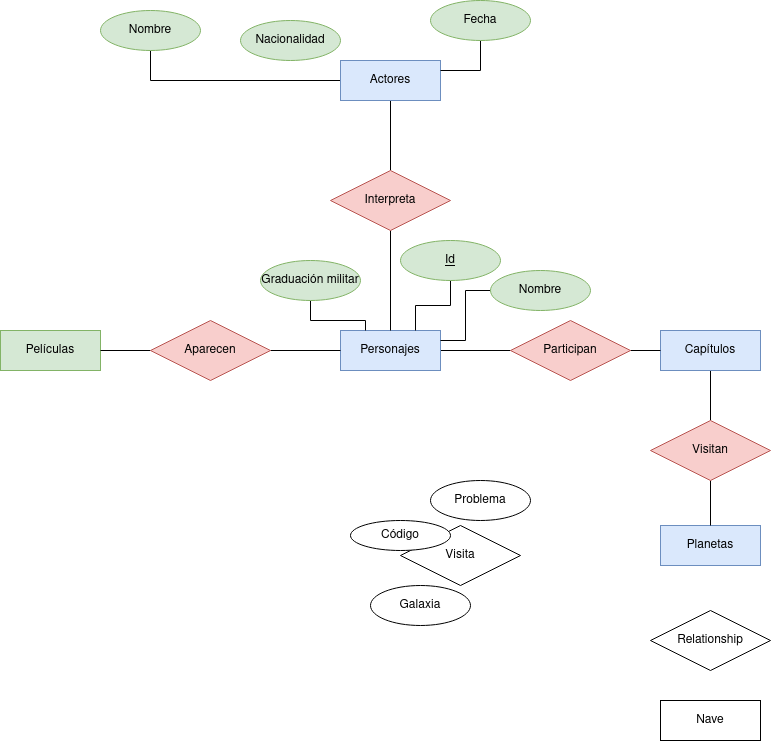
Before: Unidad-1/Tareas/Tarea evaluable 3/Tarea 3 entregable .drawio.png, a diagram exported from draw.io (GgbGabrielGarcia/Base-Datos). Source tidied: cells renumbered, new cells last; positions are measured from the earlier drawing's top-left corner, leaving out a move shared by most shapes.
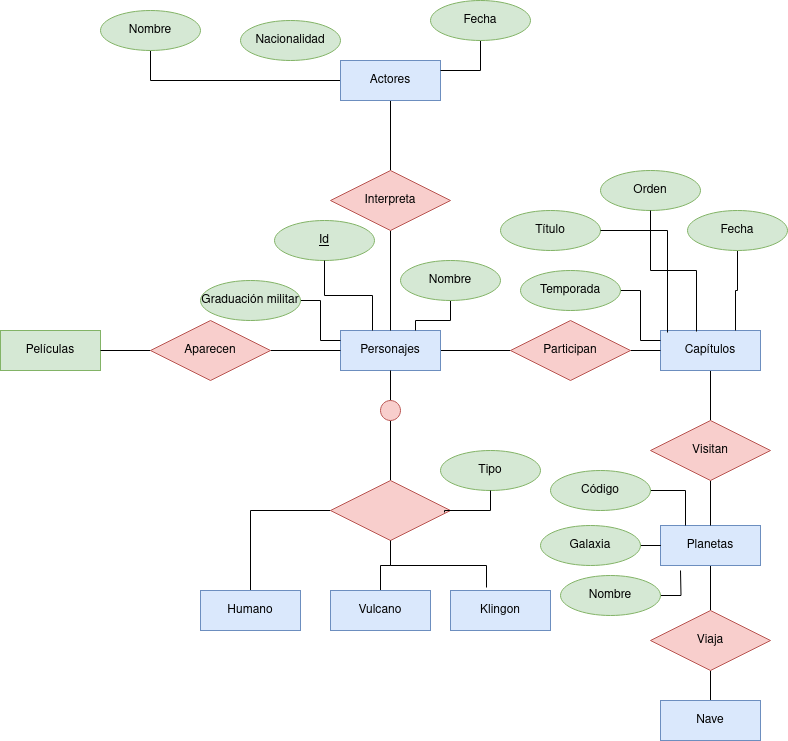
Above is the later version.

Change to the diagram source:
```diff
@@ -17,6 +17,9 @@
     <mxCell id="6" style="edgeStyle=orthogonalEdgeStyle;rounded=0;jettySize=auto;html=1;endArrow=none;endFill=0;" parent="1" edge="1" source="7" target="26">
       <mxGeometry relative="1" as="geometry" />
     </mxCell>
+    <mxCell id="36" style="edgeStyle=orthogonalEdgeStyle;rounded=0;jettySize=auto;html=1;endArrow=none;endFill=0;" parent="1" edge="1" source="48" target="46">
+      <mxGeometry relative="1" as="geometry" />
+    </mxCell>
     <mxCell id="7" value="Personajes" style="whiteSpace=wrap;html=1;align=center;fillColor=#dae8fc;strokeColor=#6c8ebf;" parent="1" vertex="1">
       <mxGeometry x="340" y="330" width="100" height="40" as="geometry" />
     </mxCell>
@@ -26,6 +29,9 @@
     <mxCell id="9" value="Capítulos" style="whiteSpace=wrap;html=1;align=center;fillColor=#dae8fc;strokeColor=#6c8ebf;" parent="1" vertex="1">
       <mxGeometry x="660" y="330" width="100" height="40" as="geometry" />
     </mxCell>
+    <mxCell id="37" style="edgeStyle=orthogonalEdgeStyle;rounded=0;jettySize=auto;html=1;endArrow=none;endFill=0;" parent="1" edge="1" source="10" target="35">
+      <mxGeometry relative="1" as="geometry" />
+    </mxCell>
     <mxCell id="10" value="Planetas" style="whiteSpace=wrap;html=1;align=center;fillColor=#dae8fc;strokeColor=#6c8ebf;" parent="1" vertex="1">
       <mxGeometry x="660" y="525" width="100" height="40" as="geometry" />
     </mxCell>
@@ -47,29 +53,23 @@
     <mxCell id="16" value="Interpreta" style="shape=rhombus;perimeter=rhombusPerimeter;whiteSpace=wrap;html=1;align=center;fillColor=#f8cecc;strokeColor=#b85450;" parent="1" vertex="1">
       <mxGeometry x="330" y="170" width="120" height="60" as="geometry" />
     </mxCell>
-    <mxCell id="17" value="Visita" style="shape=rhombus;perimeter=rhombusPerimeter;whiteSpace=wrap;html=1;align=center;" parent="1" vertex="1">
-      <mxGeometry x="400" y="525" width="120" height="60" as="geometry" />
-    </mxCell>
-    <mxCell id="18" value="Código" style="ellipse;whiteSpace=wrap;html=1;align=center;" parent="1" vertex="1">
-      <mxGeometry x="350" y="520" width="100" height="30" as="geometry" />
-    </mxCell>
+    <mxCell id="38" style="edgeStyle=orthogonalEdgeStyle;rounded=0;jettySize=auto;html=1;endArrow=none;endFill=0;" parent="1" edge="1" source="19" target="10">
+      <mxGeometry relative="1" as="geometry" />
+    </mxCell>
-    <mxCell id="19" value="Galaxia" style="ellipse;whiteSpace=wrap;html=1;align=center;" parent="1" vertex="1">
-      <mxGeometry x="370" y="585" width="100" height="40" as="geometry" />
+    <mxCell id="19" value="Galaxia" style="ellipse;whiteSpace=wrap;html=1;align=center;fillColor=#d5e8d4;strokeColor=#82b366;" parent="1" vertex="1">
+      <mxGeometry x="540" y="525" width="100" height="40" as="geometry" />
     </mxCell>
-    <mxCell id="20" value="Problema" style="ellipse;whiteSpace=wrap;html=1;align=center;" parent="1" vertex="1">
-      <mxGeometry x="430" y="480" width="100" height="40" as="geometry" />
-    </mxCell>
-    <mxCell id="21" style="edgeStyle=orthogonalEdgeStyle;rounded=0;jettySize=auto;html=1;entryX=0.25;entryY=0;entryDx=0;entryDy=0;endArrow=none;endFill=0;" parent="1" edge="1" source="22" target="7">
+    <mxCell id="21" style="edgeStyle=orthogonalEdgeStyle;rounded=0;jettySize=auto;html=1;entryX=0;entryY=0.25;entryDx=0;entryDy=0;endArrow=none;endFill=0;" parent="1" edge="1" source="22" target="7">
       <mxGeometry relative="1" as="geometry" />
     </mxCell>
     <mxCell id="22" value="Graduación militar" style="ellipse;whiteSpace=wrap;html=1;align=center;fillColor=#d5e8d4;strokeColor=#82b366;" parent="1" vertex="1">
-      <mxGeometry x="260" y="260" width="100" height="40" as="geometry" />
+      <mxGeometry x="200" y="280" width="100" height="40" as="geometry" />
     </mxCell>
-    <mxCell id="23" style="edgeStyle=orthogonalEdgeStyle;rounded=0;jettySize=auto;html=1;entryX=1;entryY=0.25;entryDx=0;entryDy=0;endArrow=none;endFill=0;" parent="1" edge="1" source="24" target="7">
+    <mxCell id="23" style="edgeStyle=orthogonalEdgeStyle;rounded=0;jettySize=auto;html=1;entryX=0.75;entryY=0;entryDx=0;entryDy=0;endArrow=none;endFill=0;" parent="1" edge="1" source="24" target="7">
       <mxGeometry relative="1" as="geometry" />
     </mxCell>
     <mxCell id="24" value="Nombre" style="ellipse;whiteSpace=wrap;html=1;align=center;fillColor=#d5e8d4;strokeColor=#82b366;" parent="1" vertex="1">
-      <mxGeometry x="490" y="270" width="100" height="40" as="geometry" />
+      <mxGeometry x="400" y="260" width="100" height="40" as="geometry" />
     </mxCell>
     <mxCell id="25" style="edgeStyle=orthogonalEdgeStyle;rounded=0;jettySize=auto;html=1;exitX=1;exitY=0.5;exitDx=0;exitDy=0;entryX=0;entryY=0.5;entryDx=0;entryDy=0;endArrow=none;endFill=0;" parent="1" edge="1" source="26" target="9">
       <mxGeometry relative="1" as="geometry" />
@@ -77,11 +77,8 @@
     <mxCell id="26" value="Participan" style="shape=rhombus;perimeter=rhombusPerimeter;whiteSpace=wrap;html=1;align=center;fillColor=#f8cecc;strokeColor=#b85450;" parent="1" vertex="1">
       <mxGeometry x="510" y="320" width="120" height="60" as="geometry" />
     </mxCell>
-    <mxCell id="27" style="edgeStyle=orthogonalEdgeStyle;rounded=0;jettySize=auto;html=1;entryX=0.75;entryY=0;entryDx=0;entryDy=0;endArrow=none;endFill=0;" parent="1" edge="1" source="28" target="7">
-      <mxGeometry relative="1" as="geometry" />
-    </mxCell>
     <mxCell id="28" value="Id" style="ellipse;whiteSpace=wrap;html=1;align=center;fontStyle=4;fillColor=#d5e8d4;strokeColor=#82b366;" parent="1" vertex="1">
-      <mxGeometry x="400" y="240" width="100" height="40" as="geometry" />
+      <mxGeometry x="274" y="220" width="100" height="40" as="geometry" />
     </mxCell>
     <mxCell id="29" style="edgeStyle=orthogonalEdgeStyle;rounded=0;jettySize=auto;html=1;endArrow=none;endFill=0;" parent="1" edge="1" source="31" target="7">
       <mxGeometry relative="1" as="geometry" />
@@ -98,11 +95,91 @@
     <mxCell id="33" value="Visitan" style="shape=rhombus;perimeter=rhombusPerimeter;whiteSpace=wrap;html=1;align=center;fillColor=#f8cecc;strokeColor=#b85450;" parent="1" vertex="1">
       <mxGeometry x="650" y="420" width="120" height="60" as="geometry" />
     </mxCell>
+    <mxCell id="39" style="edgeStyle=orthogonalEdgeStyle;rounded=0;jettySize=auto;html=1;endArrow=none;endFill=0;" parent="1" edge="1" source="34" target="35">
+      <mxGeometry relative="1" as="geometry" />
+    </mxCell>
-    <mxCell id="34" value="Nave" style="whiteSpace=wrap;html=1;align=center;" parent="1" vertex="1">
+    <mxCell id="34" value="Nave" style="whiteSpace=wrap;html=1;align=center;fillColor=#dae8fc;strokeColor=#6c8ebf;" parent="1" vertex="1">
       <mxGeometry x="660" y="700" width="100" height="40" as="geometry" />
     </mxCell>
-    <mxCell id="35" value="Relationship" style="shape=rhombus;perimeter=rhombusPerimeter;whiteSpace=wrap;html=1;align=center;" parent="1" vertex="1">
+    <mxCell id="35" value="Viaja" style="shape=rhombus;perimeter=rhombusPerimeter;whiteSpace=wrap;html=1;align=center;fillColor=#f8cecc;strokeColor=#b85450;" parent="1" vertex="1">
       <mxGeometry x="650" y="610" width="120" height="60" as="geometry" />
     </mxCell>
+    <mxCell id="40" style="edgeStyle=orthogonalEdgeStyle;rounded=0;jettySize=auto;html=1;entryX=0.25;entryY=0;entryDx=0;entryDy=0;endArrow=none;endFill=0;" parent="1" edge="1" source="18" target="10">
+      <mxGeometry relative="1" as="geometry" />
+    </mxCell>
+    <mxCell id="18" value="Código" style="ellipse;whiteSpace=wrap;html=1;align=center;fillColor=#d5e8d4;strokeColor=#82b366;" parent="1" vertex="1">
+      <mxGeometry x="550" y="470" width="100" height="40" as="geometry" />
+    </mxCell>
+    <mxCell id="41" style="edgeStyle=orthogonalEdgeStyle;rounded=0;jettySize=auto;html=1;endArrow=none;endFill=0;" parent="1" edge="1" source="42">
+      <mxGeometry relative="1" as="geometry">
+        <mxPoint x="680" y="570" as="targetPoint" />
+      </mxGeometry>
+    </mxCell>
+    <mxCell id="42" value="Nombre" style="ellipse;whiteSpace=wrap;html=1;align=center;fillColor=#d5e8d4;strokeColor=#82b366;" parent="1" vertex="1">
+      <mxGeometry x="560" y="575" width="100" height="40" as="geometry" />
+    </mxCell>
+    <mxCell id="43" style="edgeStyle=orthogonalEdgeStyle;rounded=0;orthogonalLoop=1;jettySize=auto;html=1;exitX=0.5;exitY=1;exitDx=0;exitDy=0;" parent="1" edge="1" source="42" target="42">
+      <mxGeometry relative="1" as="geometry" />
+    </mxCell>
+    <mxCell id="44" style="edgeStyle=orthogonalEdgeStyle;rounded=0;jettySize=auto;html=1;endArrow=none;endFill=0;" parent="1" edge="1" source="46" target="53">
+      <mxGeometry relative="1" as="geometry" />
+    </mxCell>
+    <mxCell id="45" style="edgeStyle=orthogonalEdgeStyle;rounded=0;jettySize=auto;html=1;endArrow=none;endFill=0;" parent="1" edge="1" source="46" target="52">
+      <mxGeometry relative="1" as="geometry" />
+    </mxCell>
+    <mxCell id="46" style="shape=rhombus;perimeter=rhombusPerimeter;whiteSpace=wrap;html=1;align=center;fillColor=#f8cecc;strokeColor=#b85450;" parent="1" vertex="1">
+      <mxGeometry x="330" y="480" width="120" height="60" as="geometry" />
+    </mxCell>
+    <mxCell id="47" style="edgeStyle=orthogonalEdgeStyle;rounded=0;jettySize=auto;html=1;endArrow=none;endFill=0;" parent="1" edge="1" source="7" target="48">
+      <mxGeometry relative="1" as="geometry" />
+    </mxCell>
+    <mxCell id="48" style="ellipse;whiteSpace=wrap;html=1;fillColor=#f8cecc;strokeColor=#b85450;" parent="1" vertex="1">
+      <mxGeometry x="380" y="400" width="20" height="20" as="geometry" />
+    </mxCell>
+    <mxCell id="49" value="Tipo" style="ellipse;whiteSpace=wrap;html=1;align=center;fillColor=#d5e8d4;strokeColor=#82b366;" parent="1" vertex="1">
+      <mxGeometry x="440" y="450" width="100" height="40" as="geometry" />
+    </mxCell>
+    <mxCell id="50" style="edgeStyle=orthogonalEdgeStyle;rounded=0;jettySize=auto;html=1;entryX=0.95;entryY=0.533;entryDx=0;entryDy=0;entryPerimeter=0;endArrow=none;endFill=0;" parent="1" edge="1" source="49" target="46">
+      <mxGeometry relative="1" as="geometry" />
+    </mxCell>
+    <mxCell id="51" value="Klingon" style="whiteSpace=wrap;html=1;align=center;fillColor=#dae8fc;strokeColor=#6c8ebf;" parent="1" vertex="1">
+      <mxGeometry x="450" y="590" width="100" height="40" as="geometry" />
+    </mxCell>
+    <mxCell id="52" value="Vulcano" style="whiteSpace=wrap;html=1;align=center;fillColor=#dae8fc;strokeColor=#6c8ebf;" parent="1" vertex="1">
+      <mxGeometry x="330" y="590" width="100" height="40" as="geometry" />
+    </mxCell>
+    <mxCell id="53" value="Humano" style="whiteSpace=wrap;html=1;align=center;fillColor=#dae8fc;strokeColor=#6c8ebf;" parent="1" vertex="1">
+      <mxGeometry x="200" y="590" width="100" height="40" as="geometry" />
+    </mxCell>
+    <mxCell id="54" style="edgeStyle=orthogonalEdgeStyle;rounded=0;jettySize=auto;html=1;entryX=0.36;entryY=-0.075;entryDx=0;entryDy=0;entryPerimeter=0;endArrow=none;endFill=0;" parent="1" edge="1" source="46" target="51">
+      <mxGeometry relative="1" as="geometry" />
+    </mxCell>
+    <mxCell id="55" value="Orden" style="ellipse;whiteSpace=wrap;html=1;align=center;fillColor=#d5e8d4;strokeColor=#82b366;" parent="1" vertex="1">
+      <mxGeometry x="600" y="170" width="100" height="40" as="geometry" />
+    </mxCell>
+    <mxCell id="56" style="edgeStyle=orthogonalEdgeStyle;rounded=0;jettySize=auto;html=1;entryX=0;entryY=0.25;entryDx=0;entryDy=0;endArrow=none;endFill=0;" parent="1" edge="1" source="57" target="9">
+      <mxGeometry relative="1" as="geometry" />
+    </mxCell>
+    <mxCell id="57" value="Temporada" style="ellipse;whiteSpace=wrap;html=1;align=center;fillColor=#d5e8d4;strokeColor=#82b366;" parent="1" vertex="1">
+      <mxGeometry x="520" y="270" width="100" height="40" as="geometry" />
+    </mxCell>
+    <mxCell id="58" value="Título" style="ellipse;whiteSpace=wrap;html=1;align=center;fillColor=#d5e8d4;strokeColor=#82b366;" parent="1" vertex="1">
+      <mxGeometry x="500" y="210" width="100" height="40" as="geometry" />
+    </mxCell>
+    <mxCell id="27" style="edgeStyle=orthogonalEdgeStyle;rounded=0;jettySize=auto;html=1;entryX=0.32;entryY=0;entryDx=0;entryDy=0;entryPerimeter=0;endArrow=none;endFill=0;" parent="1" edge="1" source="28" target="7">
+      <mxGeometry relative="1" as="geometry" />
+    </mxCell>
+    <mxCell id="59" style="edgeStyle=orthogonalEdgeStyle;rounded=0;jettySize=auto;html=1;entryX=0.07;entryY=0.05;entryDx=0;entryDy=0;entryPerimeter=0;endArrow=none;endFill=0;" parent="1" edge="1" source="58" target="9">
+      <mxGeometry relative="1" as="geometry" />
+    </mxCell>
+    <mxCell id="60" style="edgeStyle=orthogonalEdgeStyle;rounded=0;jettySize=auto;html=1;entryX=0.36;entryY=0.025;entryDx=0;entryDy=0;entryPerimeter=0;endArrow=none;endFill=0;" parent="1" edge="1" source="55" target="9">
+      <mxGeometry relative="1" as="geometry" />
+    </mxCell>
+    <mxCell id="61" style="edgeStyle=orthogonalEdgeStyle;rounded=0;jettySize=auto;html=1;entryX=0.75;entryY=0;entryDx=0;entryDy=0;endArrow=none;endFill=0;" parent="1" edge="1" source="62" target="9">
+      <mxGeometry relative="1" as="geometry" />
+    </mxCell>
+    <mxCell id="62" value="Fecha" style="ellipse;whiteSpace=wrap;html=1;align=center;fillColor=#d5e8d4;strokeColor=#82b366;" parent="1" vertex="1">
+      <mxGeometry x="687" y="210" width="100" height="40" as="geometry" />
+    </mxCell>
   </root>
 </mxGraphModel>
```
